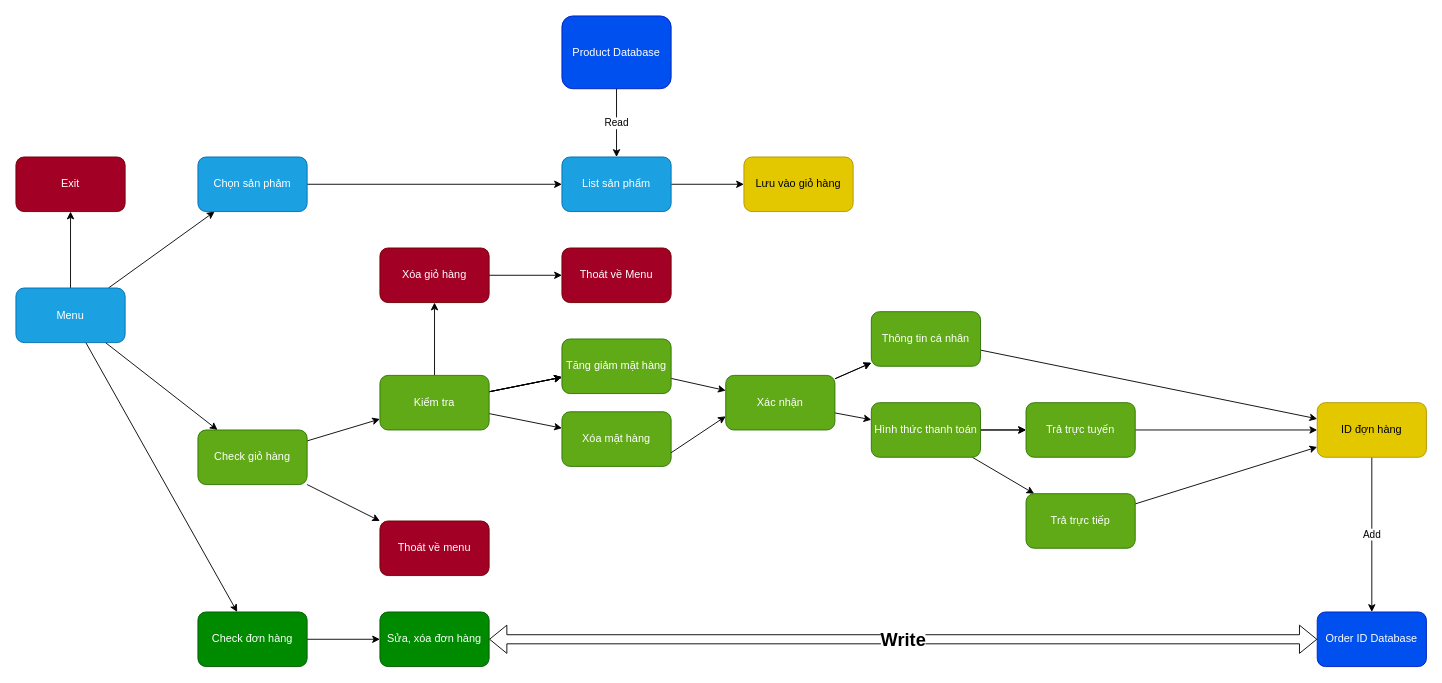
Kuzara365/Project-C keeps this draw.io diagram as funtion.drawio. Above is the earlier version. Source tidied: cells renumbered, new cells numbered last; positions are measured from the earlier drawing's top-left corner, leaving out a move shared by most shapes. Both pictures are drawn from the tidied source at 91%, with x=0, y=0 at pixel (15, 15).
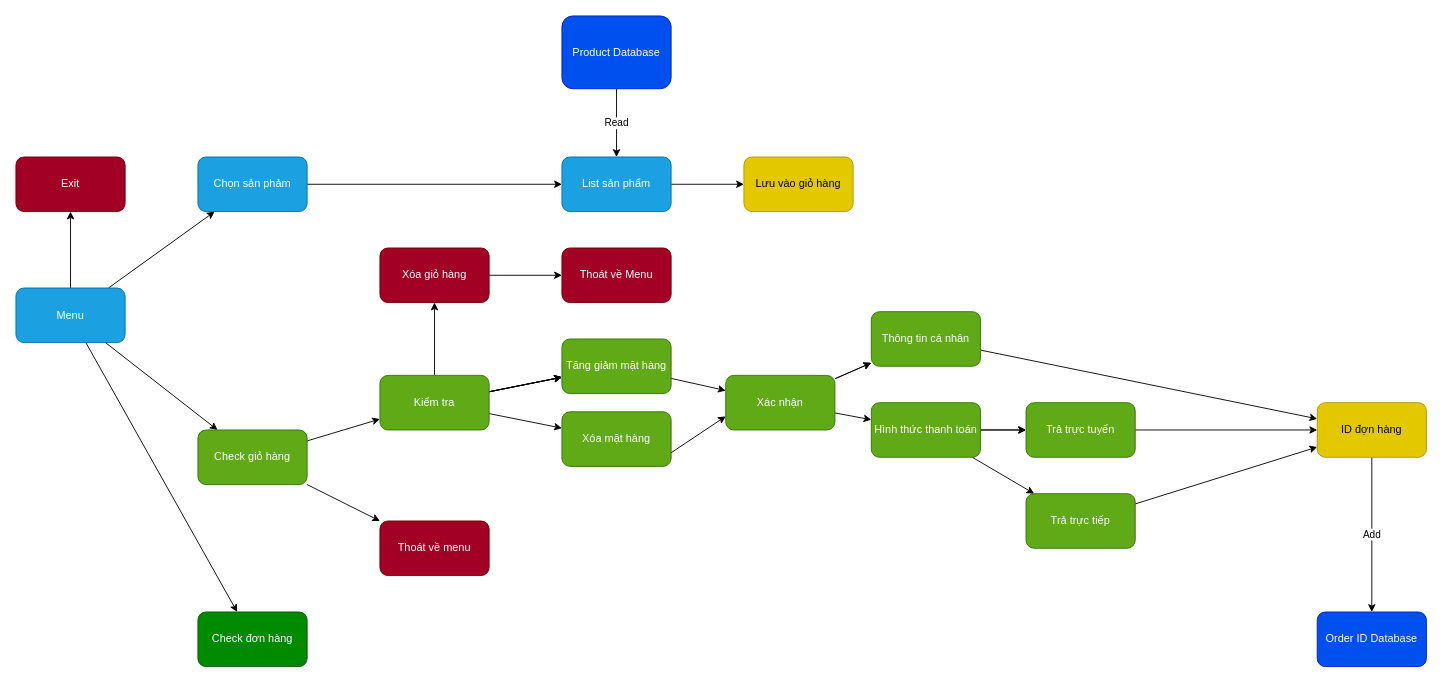
The same diagram, later.

Unchanged cells that the change refers to:
```xml
<mxCell id="49" value="Order ID Database" style="whiteSpace=wrap;html=1;rounded=1;fillColor=#0050ef;fontColor=#ffffff;strokeColor=#001DBC;" parent="1" vertex="1">
  <mxGeometry x="1430" y="655" width="120" height="60" as="geometry" />
</mxCell>
<mxCell id="51" value="Check đơn hàng" style="rounded=1;whiteSpace=wrap;html=1;fillColor=#008a00;fontColor=#ffffff;strokeColor=#005700;" parent="1" vertex="1">
  <mxGeometry x="200" y="655" width="120" height="60" as="geometry" />
</mxCell>
```

What changed in the source:
```diff
@@
-    <mxCell id="50" style="edgeStyle=none;html=1;" parent="1" edge="1" source="51" target="52">
-      <mxGeometry relative="1" as="geometry" />
-    </mxCell>
@@
-    <mxCell id="52" value="Sửa, xóa đơn hàng" style="whiteSpace=wrap;html=1;fillColor=#008a00;strokeColor=#005700;fontColor=#ffffff;rounded=1;" parent="1" vertex="1">
-      <mxGeometry x="400" y="655" width="120" height="60" as="geometry" />
-    </mxCell>
-    <mxCell id="53" value="Write" style="shape=flexArrow;endArrow=classic;startArrow=classic;html=1;exitX=1;exitY=0.5;exitDx=0;exitDy=0;entryX=0;entryY=0.5;entryDx=0;entryDy=0;fontSize=20;fontStyle=1;" parent="1" edge="1" source="52" target="49">
-      <mxGeometry relative="1" as="geometry" />
-    </mxCell>
```
